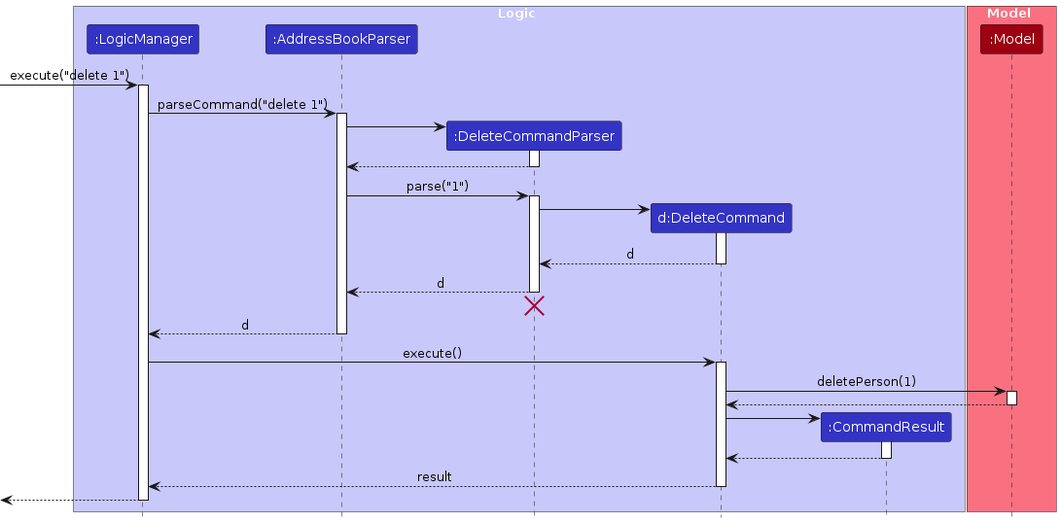
AaronJT1/tp keeps this PlantUML diagram as diagrams/DeleteSequenceDiagram.png. Above is the earlier version. Its source is kept beside it as diagrams/DeleteSequenceDiagram.puml. Its diagram source:
```plantuml
@startuml
!include style.puml
skinparam ArrowFontStyle plain

box Logic LOGIC_COLOR_T1
participant ":LogicManager" as LogicManager LOGIC_COLOR
participant ":AddressBookParser" as AddressBookParser LOGIC_COLOR
participant ":DeleteCommandParser" as DeleteCommandParser LOGIC_COLOR
participant "d:DeleteCommand" as DeleteCommand LOGIC_COLOR
participant ":CommandResult" as CommandResult LOGIC_COLOR
end box

box Model MODEL_COLOR_T1
participant ":Model" as Model MODEL_COLOR
end box

[-> LogicManager : execute("delete 1")
activate LogicManager

LogicManager -> AddressBookParser : parseCommand("delete 1")
activate AddressBookParser

create DeleteCommandParser
AddressBookParser -> DeleteCommandParser
activate DeleteCommandParser

DeleteCommandParser --> AddressBookParser
deactivate DeleteCommandParser

AddressBookParser -> DeleteCommandParser : parse("1")
activate DeleteCommandParser

create DeleteCommand
DeleteCommandParser -> DeleteCommand
activate DeleteCommand

DeleteCommand --> DeleteCommandParser : d
deactivate DeleteCommand

DeleteCommandParser --> AddressBookParser : d
deactivate DeleteCommandParser
DeleteCommandParser -[hidden]-> AddressBookParser
destroy DeleteCommandParser

AddressBookParser --> LogicManager : d
deactivate AddressBookParser

LogicManager -> DeleteCommand : execute()
activate DeleteCommand

DeleteCommand -> Model : deletePerson(1)
activate Model

Model --> DeleteCommand
deactivate Model

create CommandResult
DeleteCommand -> CommandResult
activate CommandResult

CommandResult --> DeleteCommand
deactivate CommandResult

DeleteCommand --> LogicManager : result
deactivate DeleteCommand

[<--LogicManager
deactivate LogicManager
@enduml
```
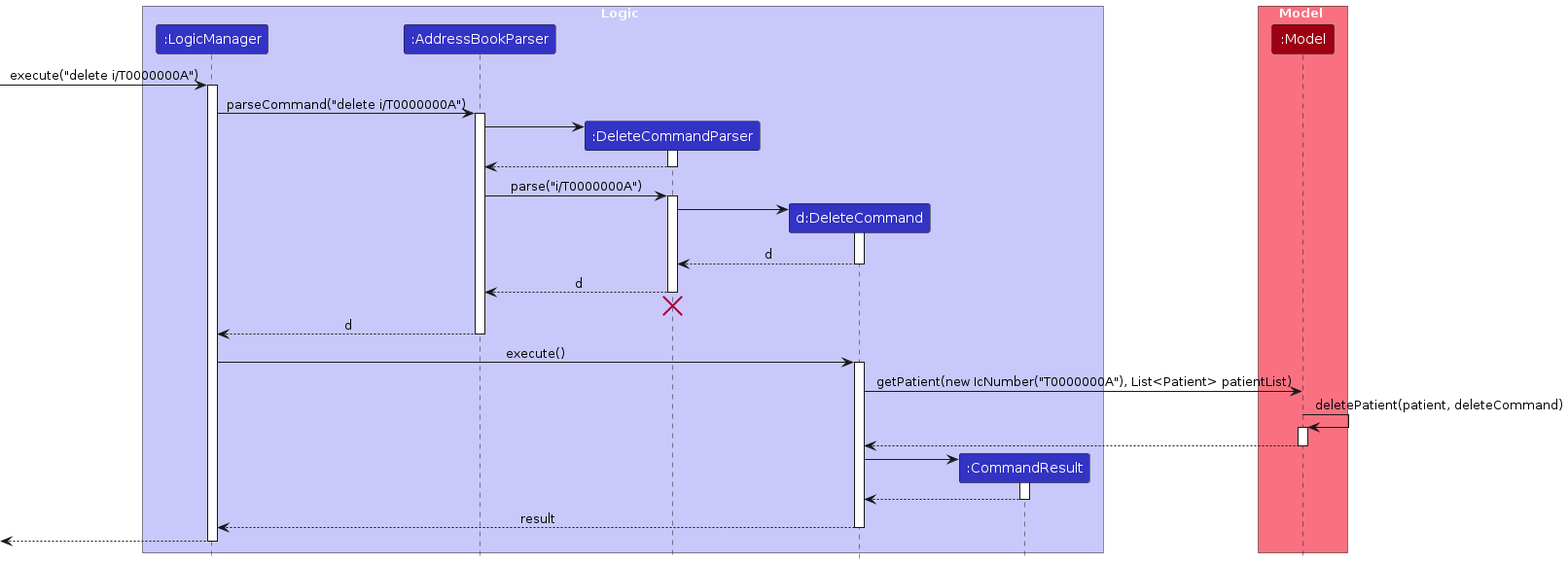
The same file after the commit.

What changed in the source:
```diff
@@ -14,10 +14,10 @@
 participant ":Model" as Model MODEL_COLOR
 end box
 
-[-> LogicManager : execute("delete 1")
+[-> LogicManager : execute("delete i/T0000000A")
 activate LogicManager
 
-LogicManager -> AddressBookParser : parseCommand("delete 1")
+LogicManager -> AddressBookParser : parseCommand("delete i/T0000000A")
 activate AddressBookParser
 
 create DeleteCommandParser
@@ -27,7 +27,7 @@
 DeleteCommandParser --> AddressBookParser
 deactivate DeleteCommandParser
 
-AddressBookParser -> DeleteCommandParser : parse("1")
+AddressBookParser -> DeleteCommandParser : parse("i/T0000000A")
 activate DeleteCommandParser
 
 create DeleteCommand
@@ -48,7 +48,9 @@
 LogicManager -> DeleteCommand : execute()
 activate DeleteCommand
 
-DeleteCommand -> Model : deletePerson(1)
+DeleteCommand -> Model : getPatient(new IcNumber("T0000000A"), List<Patient> patientList)
+
+Model -> Model : deletePatient(patient, deleteCommand)
 activate Model
 
 Model --> DeleteCommand
```
